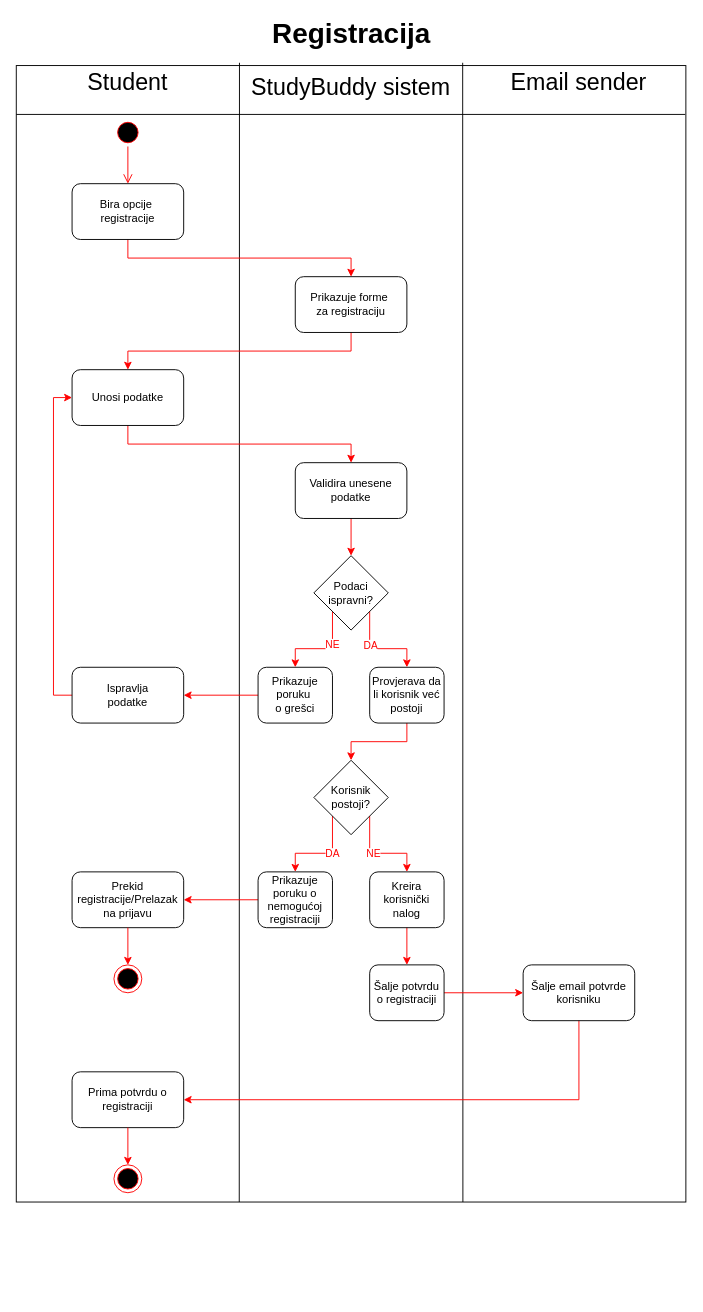
Above: activity dijagrami/raw/Activity_registracija.drawio in ooad-2025-26/Grupa8-Tim3 (draw.io), before the change. Source tidied: cells renumbered, new cells numbered last; positions are measured from the earlier drawing's top-left corner, leaving out a move shared by most shapes. Both pictures are drawn from the tidied source at 93%, with x=0, y=0 at pixel (16, 20).
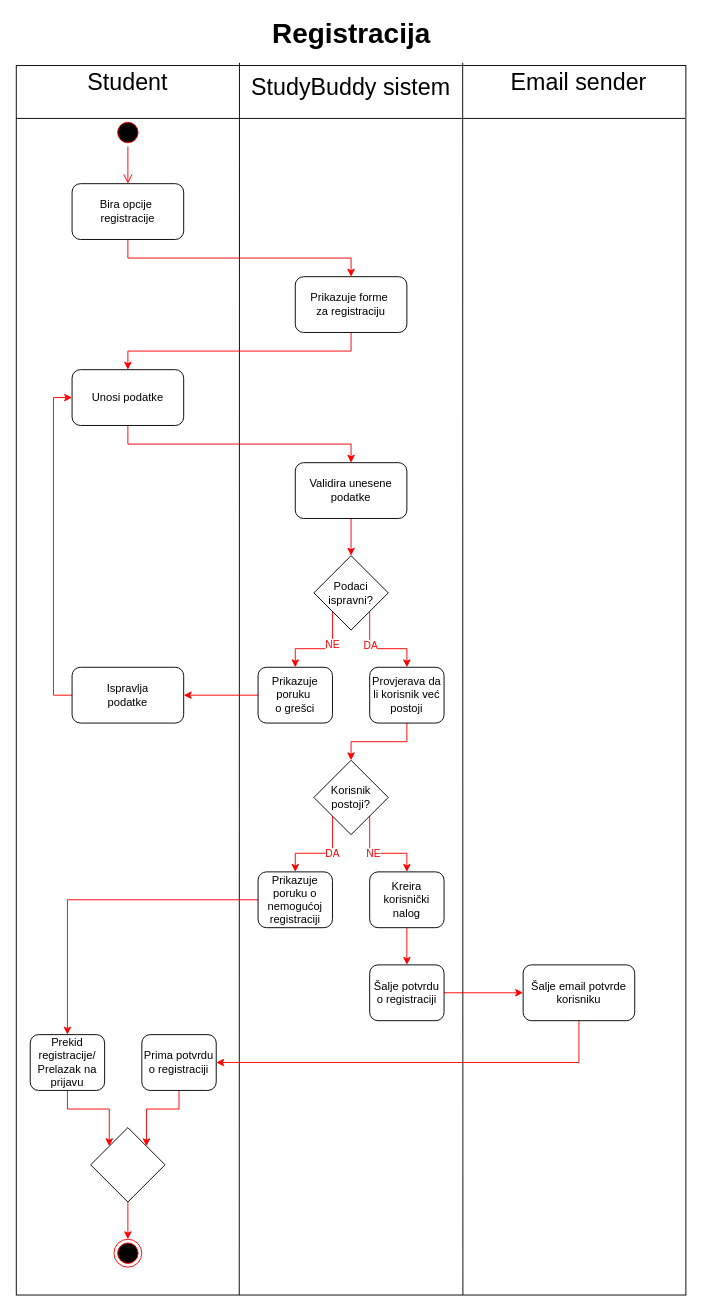
The same diagram, later.

Commit message (it also covers changes not shown here):
activity dijagrami - t3

The change refers to these unchanged cells:
```xml
<mxCell id="36" value="Prikazuje&lt;div&gt;poruku o nemogućoj registraciji&lt;/div&gt;" style="rounded=1;whiteSpace=wrap;html=1;fillColor=none;strokeColor=light-dark(#000000,#000000);" parent="1" vertex="1">
  <mxGeometry x="260" y="915" width="80" height="60" as="geometry" />
</mxCell>
```

The edit, as a diff of the source:
```diff
@@
     <mxCell id="2" style="rounded=0;whiteSpace=wrap;html=1;fillColor=none;" parent="1" vertex="1">
-      <mxGeometry y="48" width="720" height="1222" as="geometry" />
+      <mxGeometry y="48" width="720" height="1322" as="geometry" />
     </mxCell>
@@
-    <mxCell id="35" style="edgeStyle=orthogonalEdgeStyle;rounded=0;jettySize=auto;html=1;exitX=0;exitY=0.5;exitDx=0;exitDy=0;entryX=1;entryY=0.5;entryDx=0;entryDy=0;strokeColor=#FF0000;fontColor=#FF0000;" parent="1" edge="1" source="36" target="39">
+    <mxCell id="35" style="edgeStyle=orthogonalEdgeStyle;rounded=0;jettySize=auto;html=1;exitX=0;exitY=0.5;exitDx=0;exitDy=0;entryX=0.5;entryY=0;entryDx=0;entryDy=0;strokeColor=#FF0000;fontColor=#FF0000;" parent="1" edge="1" source="36" target="51">
       <mxGeometry relative="1" as="geometry" />
     </mxCell>
@@
-    <mxCell id="39" value="Prekid registracije/Prelazak na prijavu" style="rounded=1;whiteSpace=wrap;html=1;fillColor=none;strokeColor=light-dark(#000000,#000000);" parent="1" vertex="1">
-      <mxGeometry x="60" y="915" width="120" height="60" as="geometry" />
-    </mxCell>
-    <mxCell id="40" style="ellipse;html=1;shape=endState;fillColor=#000000;strokeColor=#ff0000;" parent="1" vertex="1">
-      <mxGeometry x="105" y="1015" width="30" height="30" as="geometry" />
-    </mxCell>
-    <mxCell id="41" style="rounded=0;jettySize=auto;html=1;exitX=0.5;exitY=1;exitDx=0;exitDy=0;entryX=0.5;entryY=0;entryDx=0;entryDy=0;strokeColor=#FF0000;fontColor=#FF0000;" parent="1" edge="1" source="39" target="40">
-      <mxGeometry relative="1" as="geometry" />
-    </mxCell>
@@
-    <mxCell id="46" value="Prima potvrdu o registraciji" style="rounded=1;whiteSpace=wrap;html=1;fillColor=none;strokeColor=light-dark(#000000,#000000);" parent="1" vertex="1">
-      <mxGeometry x="60" y="1130" width="120" height="60" as="geometry" />
-    </mxCell>
     <mxCell id="47" style="ellipse;html=1;shape=endState;fillColor=#000000;strokeColor=#ff0000;" parent="1" vertex="1">
-      <mxGeometry x="105" y="1230" width="30" height="30" as="geometry" />
+      <mxGeometry x="105" y="1310" width="30" height="30" as="geometry" />
     </mxCell>
     <mxCell id="48" style="rounded=0;jettySize=auto;html=1;exitX=0.5;exitY=1;exitDx=0;exitDy=0;entryX=0.5;entryY=0;entryDx=0;entryDy=0;strokeColor=#FF0000;fontColor=#FF0000;" parent="1" edge="1" target="47">
       <mxGeometry relative="1" as="geometry">
-        <mxPoint x="120" y="1190" as="sourcePoint" />
+        <mxPoint x="120" y="1270" as="sourcePoint" />
       </mxGeometry>
     </mxCell>
@@
+    <mxCell id="50" style="edgeStyle=orthogonalEdgeStyle;rounded=0;jettySize=auto;html=1;exitX=0.5;exitY=1;exitDx=0;exitDy=0;entryX=0;entryY=0;entryDx=0;entryDy=0;strokeColor=#FF0000;" parent="1" edge="1" source="51" target="53">
+      <mxGeometry relative="1" as="geometry" />
+    </mxCell>
+    <mxCell id="51" value="Prekid registracije/&lt;div&gt;Prelazak na prijavu&lt;/div&gt;" style="rounded=1;whiteSpace=wrap;html=1;fillColor=none;strokeColor=light-dark(#000000,#000000);" parent="1" vertex="1">
+      <mxGeometry x="15" y="1090" width="80" height="60" as="geometry" />
+    </mxCell>
+    <mxCell id="52" style="edgeStyle=orthogonalEdgeStyle;rounded=0;jettySize=auto;html=1;exitX=0.5;exitY=1;exitDx=0;exitDy=0;entryX=1;entryY=0;entryDx=0;entryDy=0;strokeColor=#FF0000;" parent="1" edge="1" source="46" target="53">
+      <mxGeometry relative="1" as="geometry" />
+    </mxCell>
+    <mxCell id="46" value="Prima potvrdu o registraciji" style="rounded=1;whiteSpace=wrap;html=1;fillColor=none;strokeColor=light-dark(#000000,#000000);" parent="1" vertex="1">
+      <mxGeometry x="135" y="1090" width="80" height="60" as="geometry" />
+    </mxCell>
+    <mxCell id="53" style="rhombus;whiteSpace=wrap;html=1;fillColor=none;" parent="1" vertex="1">
+      <mxGeometry x="80" y="1190" width="80" height="80" as="geometry" />
+    </mxCell>
```
